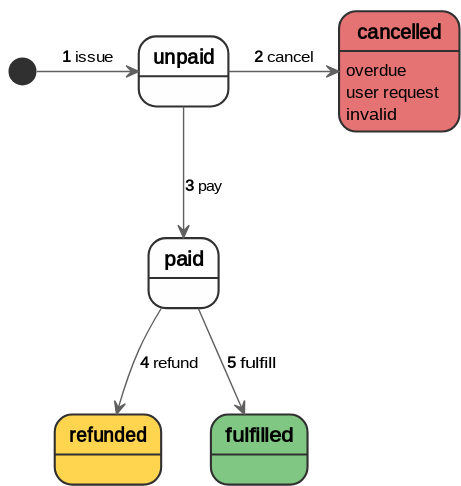
This is spec/wsd/img/invoice.svg from rbkmoney/swag, a PlantUML export, as it was before one commit. Its source is kept beside it as spec/wsd/invoice.wsd. Its diagram source:
```plantuml
@startuml

!include "plantuml-toolset/super-serious-skin.iwsd"

skinparam State {
    BackgroundColor<<refunded>>  #ffd54f
    BackgroundColor<<cancelled>>  #e57373
    BackgroundColor<<fulfilled>>  #81c784
}

skinparam GenericArrowFontSize 11

state cancelled <<cancelled>>
state refunded <<refunded>>
state fulfilled <<fulfilled>>

cancelled : overdue
cancelled : user request
cancelled : invalid

[*] -r-> unpaid : <b>1</b> issue
unpaid -r-> cancelled : <b>2</b> cancel
unpaid --> paid : <b>3</b> pay

paid --> refunded : <b>4</b> refund
paid --> fulfilled : <b>5</b> fulfill

@enduml
```
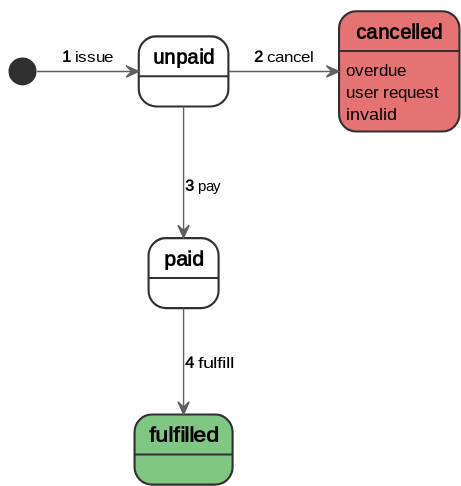
The same diagram one commit later.

Commit message:
Removed unused refunded invoice state

The edit, as a diff of the source:
```diff
@@ -3,7 +3,6 @@
 !include "plantuml-toolset/super-serious-skin.iwsd"
 
 skinparam State {
-    BackgroundColor<<refunded>>  #ffd54f
     BackgroundColor<<cancelled>>  #e57373
     BackgroundColor<<fulfilled>>  #81c784
 }
@@ -11,7 +10,6 @@
 skinparam GenericArrowFontSize 11
 
 state cancelled <<cancelled>>
-state refunded <<refunded>>
 state fulfilled <<fulfilled>>
 
 cancelled : overdue
@@ -22,7 +20,6 @@
 unpaid -r-> cancelled : <b>2</b> cancel
 unpaid --> paid : <b>3</b> pay
 
-paid --> refunded : <b>4</b> refund
-paid --> fulfilled : <b>5</b> fulfill
+paid --> fulfilled : <b>4</b> fulfill
 
 @enduml
```
